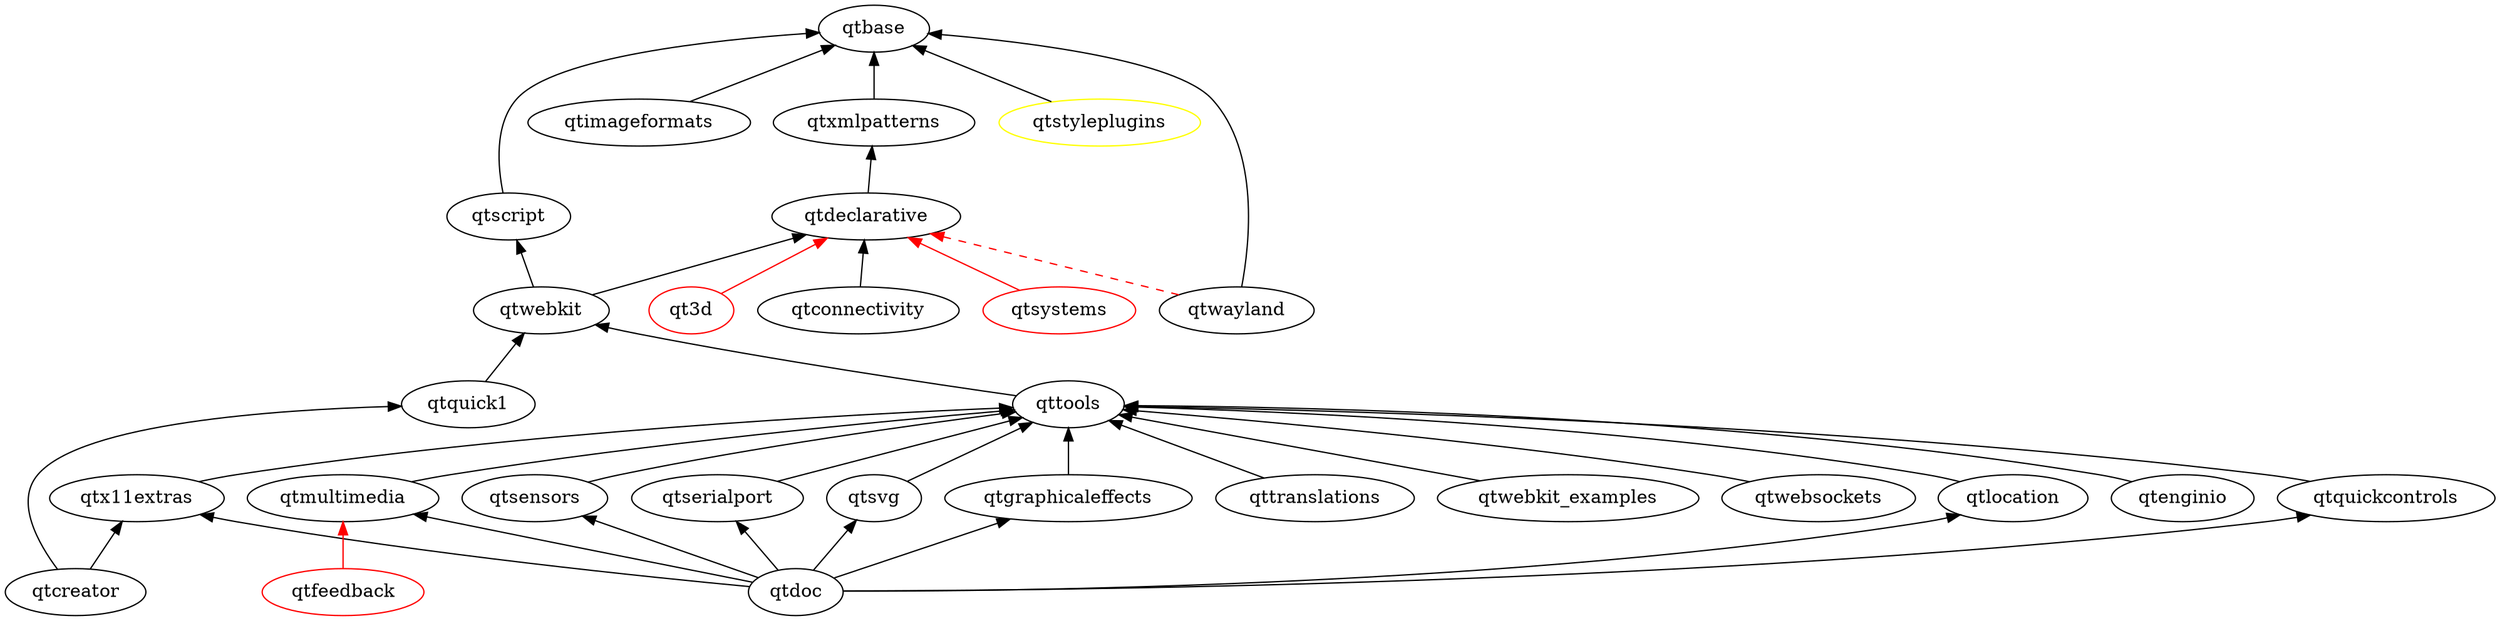
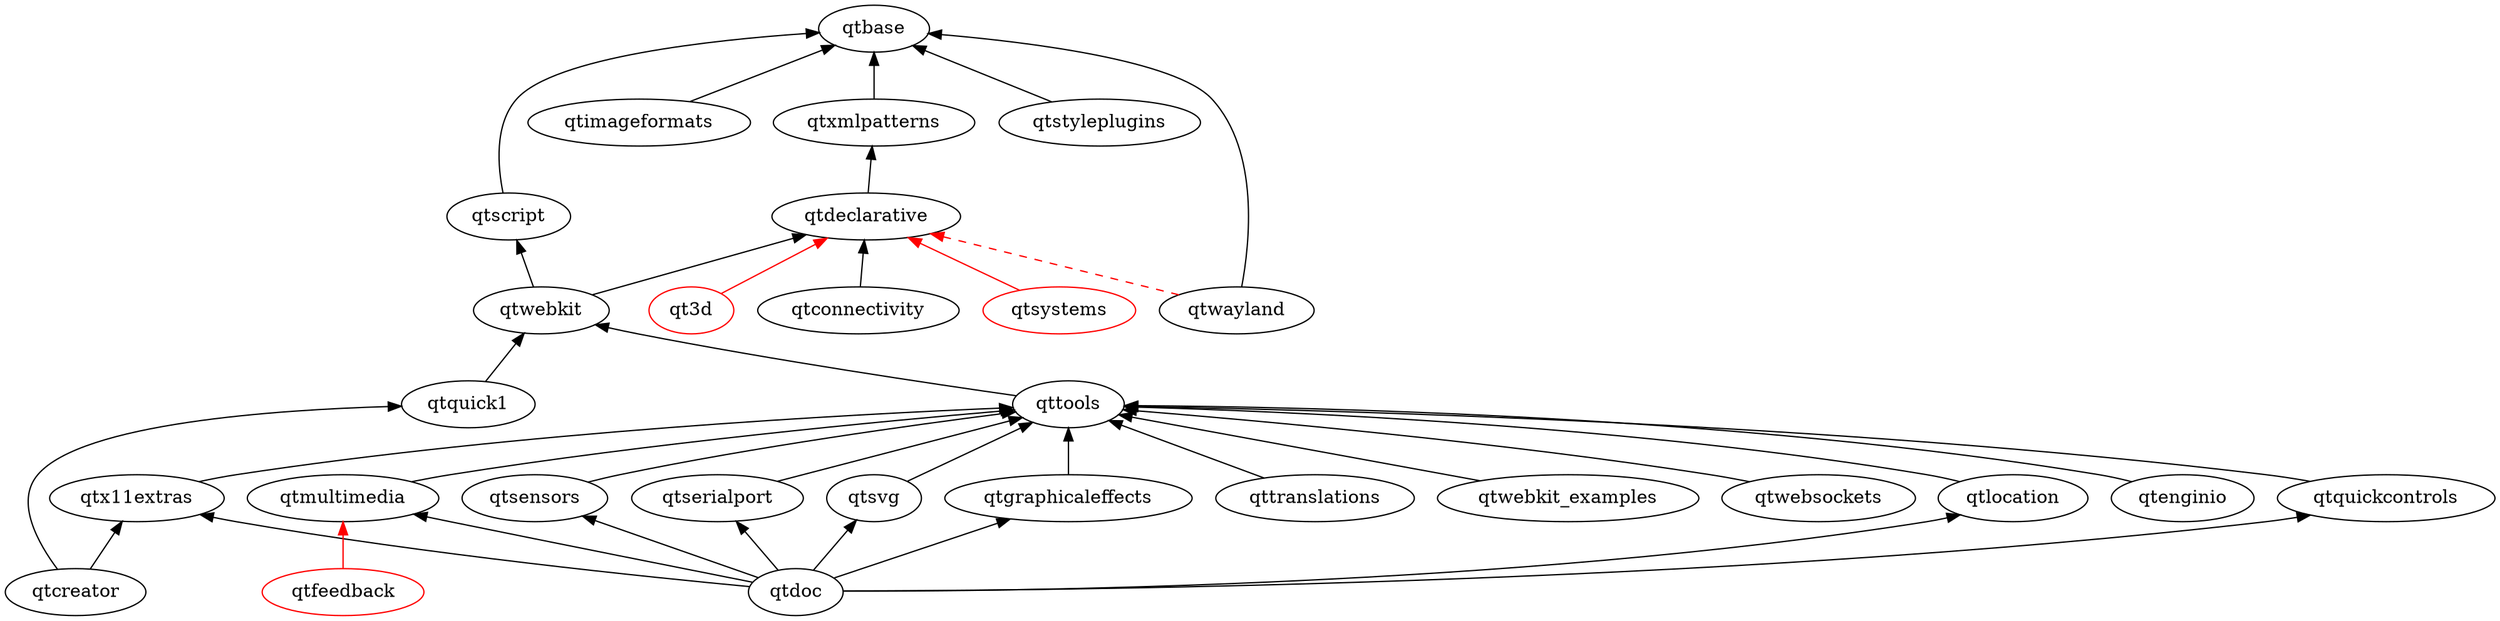
digraph qt5 {
  graph [
    rankdir = "BT"
  ]

  qt3d [ color = red ]
  qtbase
  qtconnectivity
  qtcreator
  qtdeclarative
  qtdoc
  qtenginio
  qtfeedback [ color = red ]
  qtgraphicaleffects
  qtimageformats
  qtlocation
  qtmultimedia
  qtquick1
  qtquickcontrols
  qtscript
  qtsensors
  qtserialport
-   qtstyleplugins [ color = yellow ]
+   qtstyleplugins
  qtsvg
  qtsystems [ color = red ]
  qttools
  qttranslations
  qtwayland
  qtwebkit
  qtwebkit_examples
  qtwebsockets
  qtx11extras
  qtxmlpatterns

  qtconnectivity -> qtdeclarative
  qtcreator -> qtx11extras
  qtcreator -> qtquick1
  qtdeclarative -> qtxmlpatterns
  qtdoc -> qtgraphicaleffects
  qtdoc -> qtmultimedia
  qtdoc -> qtlocation
  qtdoc -> qtquickcontrols
  qtdoc -> qtsensors
  qtdoc -> qtserialport
  qtdoc -> qtsvg
  qtdoc -> qtx11extras
  qtenginio -> qttools
  qtgraphicaleffects -> qttools
  qtimageformats -> qtbase
  qtmultimedia -> qttools
  qtquick1 -> qtwebkit
  qtquickcontrols -> qttools
  qtsensors -> qttools
  qtserialport -> qttools
  qtscript -> qtbase
  qtstyleplugins -> qtbase
  qtsvg -> qttools
  qttools -> qtwebkit
  qttranslations -> qttools
  qtwayland -> qtbase
  qtwebkit -> qtscript
  qtwebkit -> qtdeclarative
  qtwebkit_examples -> qttools
  qtwebsockets -> qttools
  qtx11extras -> qttools
  qtxmlpatterns -> qtbase
  qtlocation -> qttools

  // unsure/not-uploaded
  qt3d -> qtdeclarative [ color = red ]
  qtfeedback -> qtmultimedia [ color = red ]
  qtsystems -> qtdeclarative [ color = red ]
  qtwayland -> qtdeclarative [ color = red style = dashed ]
}
